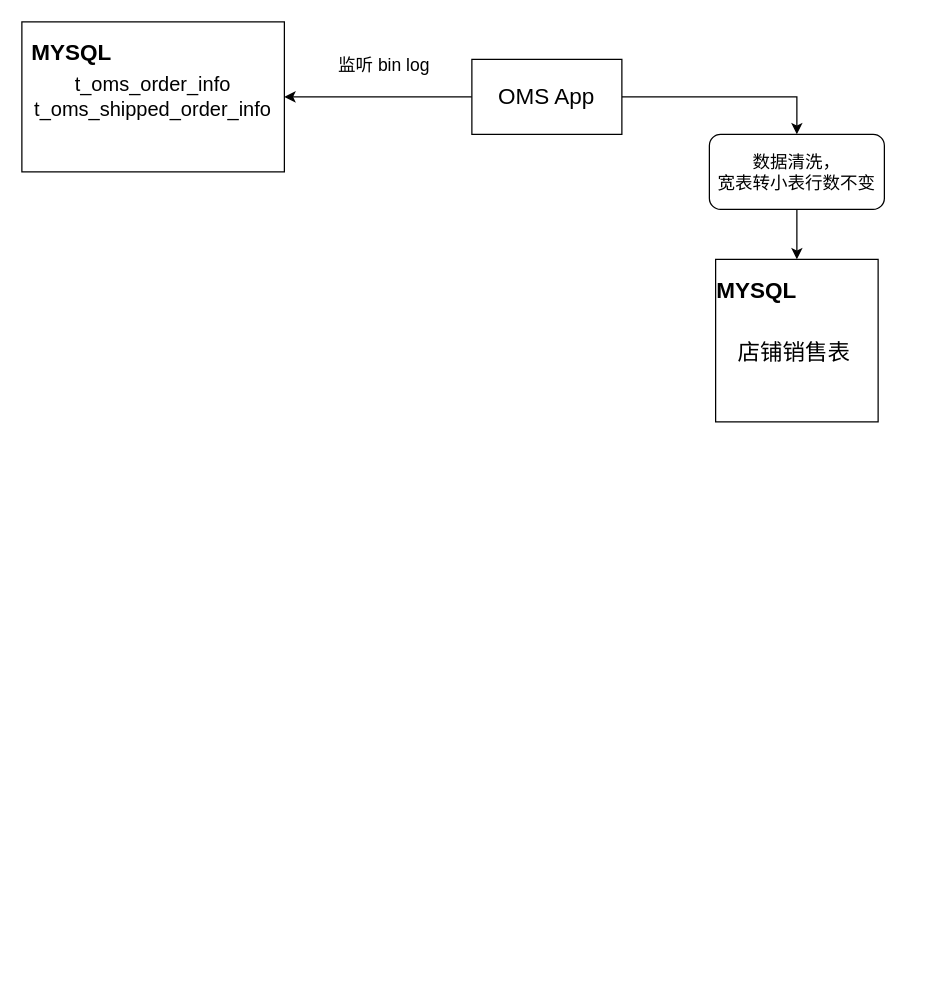
Above: longpean/oms-5.1.5.drawio in GitHeP/diagrams (draw.io), before the change. Source tidied: cells renumbered, new cells numbered last; positions are measured from the earlier drawing's top-left corner, leaving out a move shared by most shapes. Both pictures are drawn from the tidied source at 125%, with x=0, y=0 at pixel (21, 21).
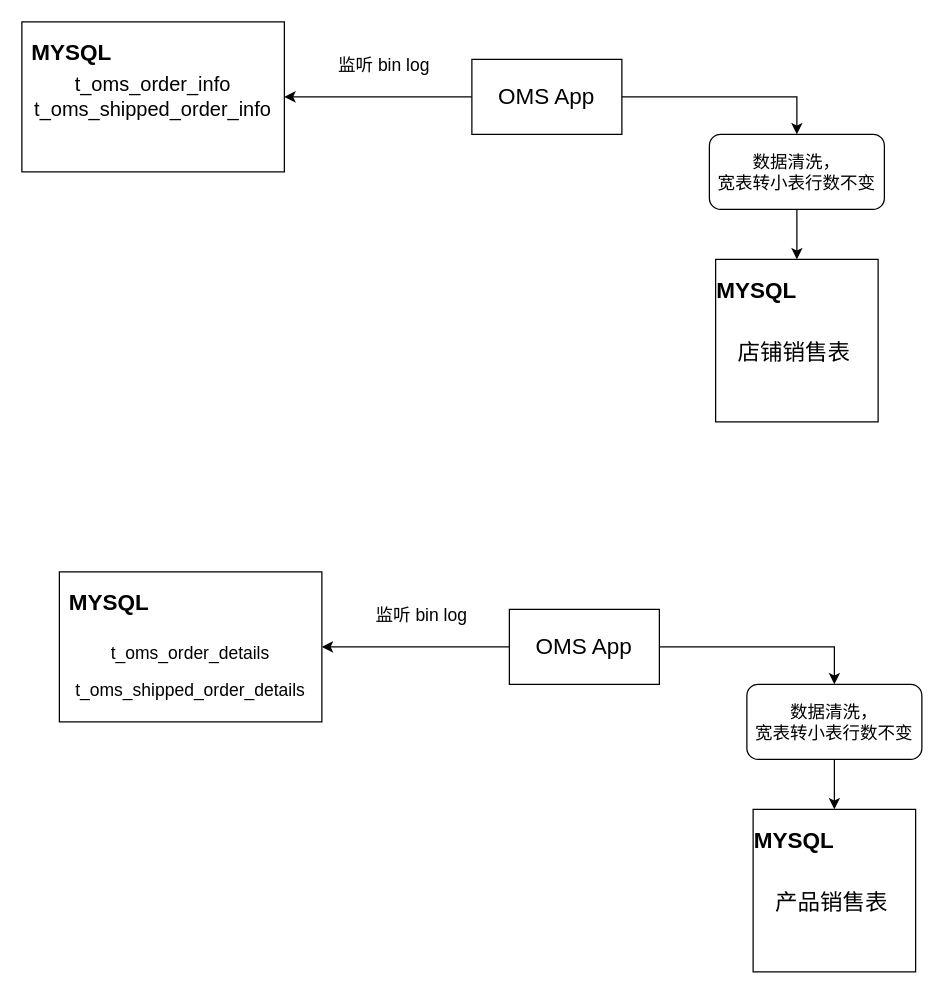
Above is the later version.

The edit, as a diff of the source:
```diff
@@
+    <mxCell id="13" style="rounded=0;whiteSpace=wrap;html=1;" parent="1" vertex="1">
+      <mxGeometry x="30" y="440" width="210" height="120" as="geometry" />
+    </mxCell>
+    <mxCell id="14" style="whiteSpace=wrap;html=1;" parent="1" vertex="1">
+      <mxGeometry x="585" y="630" width="130" height="130" as="geometry" />
+    </mxCell>
+    <mxCell id="15" style="edgeStyle=orthogonalEdgeStyle;rounded=0;jettySize=auto;html=1;entryX=1;entryY=0.5;entryDx=0;entryDy=0;" parent="1" edge="1" source="17" target="13">
+      <mxGeometry relative="1" as="geometry" />
+    </mxCell>
+    <mxCell id="16" style="edgeStyle=orthogonalEdgeStyle;rounded=0;jettySize=auto;html=1;entryX=0.5;entryY=0;entryDx=0;entryDy=0;" parent="1" edge="1" source="17" target="21">
+      <mxGeometry relative="1" as="geometry" />
+    </mxCell>
+    <mxCell id="17" value="&lt;font style=&quot;font-size: 18px;&quot;&gt;OMS App&lt;/font&gt;" style="rounded=0;whiteSpace=wrap;html=1;" parent="1" vertex="1">
+      <mxGeometry x="390" y="470" width="120" height="60" as="geometry" />
+    </mxCell>
+    <mxCell id="18" value="&lt;b&gt;&lt;font style=&quot;font-size: 18px;&quot;&gt;MYSQL&lt;/font&gt;&lt;/b&gt;" style="text;html=1;strokeColor=none;fillColor=none;align=center;verticalAlign=middle;whiteSpace=wrap;rounded=0;" parent="1" vertex="1">
+      <mxGeometry x="40" y="450" width="60" height="30" as="geometry" />
+    </mxCell>
+    <mxCell id="19" value="&lt;font style=&quot;font-size: 14px;&quot;&gt;监听 bin log&lt;/font&gt;" style="text;html=1;strokeColor=none;fillColor=none;align=center;verticalAlign=middle;whiteSpace=wrap;rounded=0;" parent="1" vertex="1">
+      <mxGeometry x="280" y="460" width="80" height="30" as="geometry" />
+    </mxCell>
+    <mxCell id="20" style="edgeStyle=orthogonalEdgeStyle;rounded=0;jettySize=auto;html=1;" parent="1" edge="1" source="21" target="14">
+      <mxGeometry relative="1" as="geometry" />
+    </mxCell>
+    <mxCell id="21" value="&lt;font style=&quot;font-size: 14px;&quot;&gt;数据清洗，&lt;br&gt;宽表转小表行数不变&lt;br&gt;&lt;/font&gt;" style="rounded=1;whiteSpace=wrap;html=1;" parent="1" vertex="1">
+      <mxGeometry x="580" y="530" width="140" height="60" as="geometry" />
+    </mxCell>
+    <mxCell id="22" value="&lt;b&gt;&lt;font style=&quot;font-size: 18px;&quot;&gt;MYSQL&lt;/font&gt;&lt;/b&gt;" style="text;html=1;strokeColor=none;fillColor=none;align=center;verticalAlign=middle;whiteSpace=wrap;rounded=0;" parent="1" vertex="1">
+      <mxGeometry x="587.5" y="640" width="60" height="30" as="geometry" />
+    </mxCell>
+    <mxCell id="23" value="&lt;font style=&quot;font-size: 18px;&quot;&gt;产品销售表&lt;/font&gt;" style="text;html=1;strokeColor=none;fillColor=none;align=center;verticalAlign=middle;whiteSpace=wrap;rounded=0;" parent="1" vertex="1">
+      <mxGeometry x="592.5" y="690" width="110" height="30" as="geometry" />
+    </mxCell>
+    <mxCell id="24" value="&lt;font style=&quot;font-size: 14px;&quot;&gt;t_oms_shipped_order_details&lt;/font&gt;" style="text;html=1;strokeColor=none;fillColor=none;align=center;verticalAlign=middle;whiteSpace=wrap;rounded=0;" parent="1" vertex="1">
+      <mxGeometry x="50" y="520" width="170" height="30" as="geometry" />
+    </mxCell>
+    <mxCell id="25" value="&lt;font style=&quot;font-size: 14px;&quot;&gt;t_oms_order_details&lt;/font&gt;" style="text;html=1;strokeColor=none;fillColor=none;align=center;verticalAlign=middle;whiteSpace=wrap;rounded=0;" parent="1" vertex="1">
+      <mxGeometry x="50" y="490" width="170" height="30" as="geometry" />
+    </mxCell>
```
